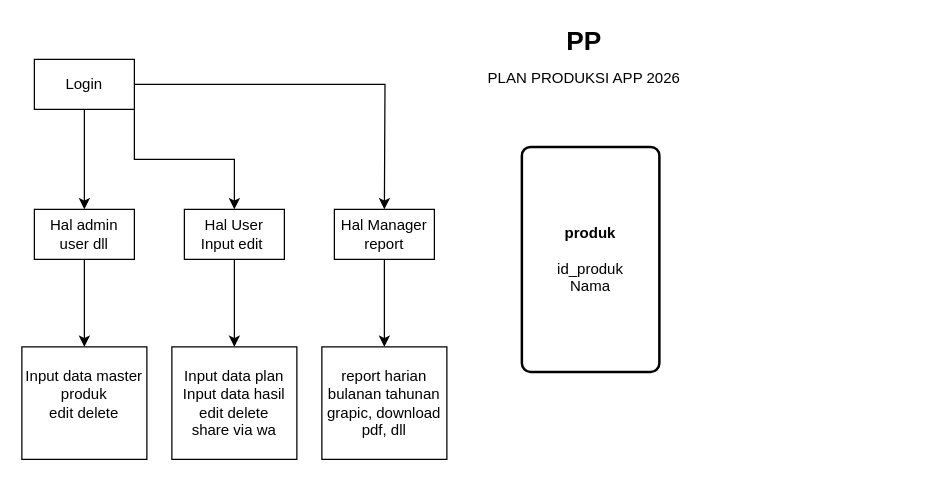
Earlier version of the draw.io diagram PLAN PRODUKSI.drawio (prasetyoares/Aplikasi). Source tidied: cells renumbered, new cells numbered last; positions are measured from the earlier drawing's top-left corner, leaving out a move shared by most shapes. Both pictures are drawn from the tidied source at 125%, with x=0, y=0 at pixel (21, 21).
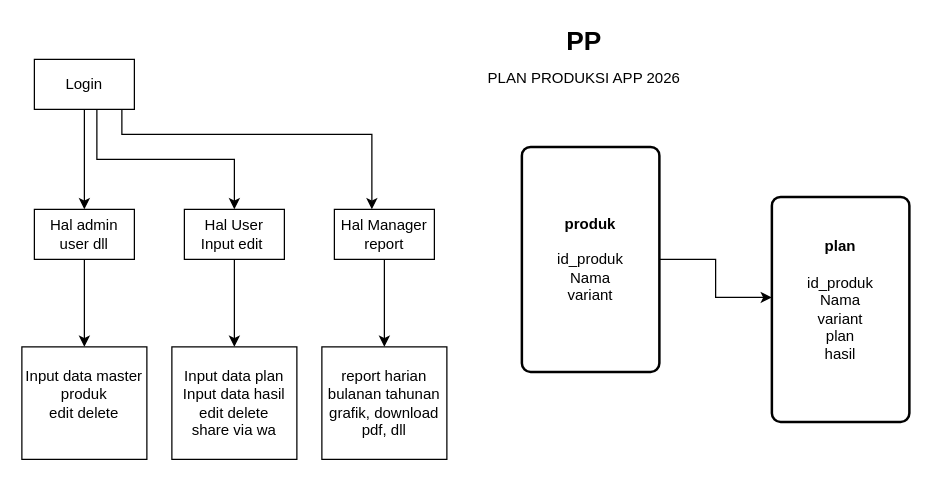
The same diagram, later.

Unchanged cells that the change refers to:
```xml
<mxCell id="5" value="Login" style="rounded=0;whiteSpace=wrap;html=1;" parent="1" vertex="1">
  <mxGeometry x="10" y="30" width="80" height="40" as="geometry" />
</mxCell>
<mxCell id="9" value="Hal User&lt;div&gt;Input edit&amp;nbsp;&lt;/div&gt;" style="rounded=0;whiteSpace=wrap;html=1;" parent="1" vertex="1">
  <mxGeometry x="130" y="150" width="80" height="40" as="geometry" />
</mxCell>
```

Diff of the diagram source:
```diff
@@
     <mxCell id="3" style="edgeStyle=orthogonalEdgeStyle;rounded=0;jettySize=auto;html=1;exitX=1;exitY=1;exitDx=0;exitDy=0;defaultLabelBackgroundColor=page;labelPadding=0 4;entryX=0.5;entryY=0;entryDx=0;entryDy=0;" parent="1" edge="1" source="5" target="9">
-      <mxGeometry x="0.31" relative="1" as="geometry" />
+      <mxGeometry x="0.5" relative="1" as="geometry">
+        <Array as="points">
+          <mxPoint x="60" y="70" />
+          <mxPoint x="60" y="110" />
+          <mxPoint x="170" y="110" />
+        </Array>
+      </mxGeometry>
     </mxCell>
-    <mxCell id="4" style="edgeStyle=orthogonalEdgeStyle;rounded=0;jettySize=auto;html=1;exitX=1;exitY=0.5;exitDx=0;exitDy=0;defaultLabelBackgroundColor=page;labelPadding=0 4;" parent="1" edge="1" source="5">
+    <mxCell id="4" style="edgeStyle=orthogonalEdgeStyle;rounded=0;orthogonalLoop=1;jettySize=auto;html=1;exitX=1;exitY=0.5;exitDx=0;exitDy=0;defaultLabelBackgroundColor=page;labelPadding=0 4;" parent="1" edge="1">
       <mxGeometry relative="1" as="geometry">
-        <mxPoint x="290" y="150" as="targetPoint" />
+        <mxPoint x="80" y="50" as="sourcePoint" />
+        <mxPoint x="280" y="150" as="targetPoint" />
+        <Array as="points">
+          <mxPoint x="80" y="90" />
+          <mxPoint x="280" y="90" />
+        </Array>
       </mxGeometry>
     </mxCell>
@@
-    <mxCell id="13" value="report harian bulanan tahunan&lt;div&gt;grapic, download pdf, dll&lt;/div&gt;" style="rounded=0;whiteSpace=wrap;html=1;" parent="1" vertex="1">
+    <mxCell id="13" value="report harian bulanan tahunan&lt;div&gt;grafik, download pdf, dll&lt;/div&gt;" style="rounded=0;whiteSpace=wrap;html=1;" parent="1" vertex="1">
       <mxGeometry x="240" y="260" width="100" height="90" as="geometry" />
     </mxCell>
@@
+    <mxCell id="18" style="edgeStyle=orthogonalEdgeStyle;rounded=0;jettySize=auto;html=1;entryX=-0.027;entryY=0.444;entryDx=0;entryDy=0;defaultLabelBackgroundColor=page;labelPadding=0 4;" parent="1" edge="1" source="17" target="19">
+      <mxGeometry relative="1" as="geometry" />
+    </mxCell>
-    <mxCell id="17" value="&lt;b&gt;produk&lt;/b&gt;&lt;div&gt;&lt;b&gt;&lt;br&gt;&lt;/b&gt;&lt;/div&gt;&lt;div&gt;id_produk&lt;/div&gt;&lt;div&gt;Nama&lt;/div&gt;" style="rounded=1;whiteSpace=wrap;html=1;absoluteArcSize=1;arcSize=14;strokeWidth=2;roundedPerimeter=1;" parent="1" vertex="1">
+    <mxCell id="17" value="&lt;b&gt;produk&lt;/b&gt;&lt;div&gt;&lt;b&gt;&lt;br&gt;&lt;/b&gt;&lt;/div&gt;&lt;div&gt;id_produk&lt;/div&gt;&lt;div&gt;Nama&lt;/div&gt;&lt;div&gt;variant&lt;/div&gt;" style="rounded=1;whiteSpace=wrap;html=1;absoluteArcSize=1;arcSize=14;strokeWidth=2;roundedPerimeter=1;" parent="1" vertex="1">
       <mxGeometry x="400" y="100" width="110" height="180" as="geometry" />
     </mxCell>
+    <mxCell id="19" value="&lt;b&gt;plan&lt;/b&gt;&lt;br&gt;&lt;div&gt;&lt;b&gt;&lt;br&gt;&lt;/b&gt;&lt;/div&gt;&lt;div&gt;id_produk&lt;/div&gt;&lt;div&gt;Nama&lt;/div&gt;&lt;div&gt;variant&lt;/div&gt;&lt;div&gt;plan&lt;/div&gt;&lt;div&gt;hasil&lt;/div&gt;&lt;div&gt;&lt;br&gt;&lt;/div&gt;" style="rounded=1;whiteSpace=wrap;html=1;absoluteArcSize=1;arcSize=14;strokeWidth=2;roundedPerimeter=1;" parent="1" vertex="1">
+      <mxGeometry x="600" y="140" width="110" height="180" as="geometry" />
+    </mxCell>
```
